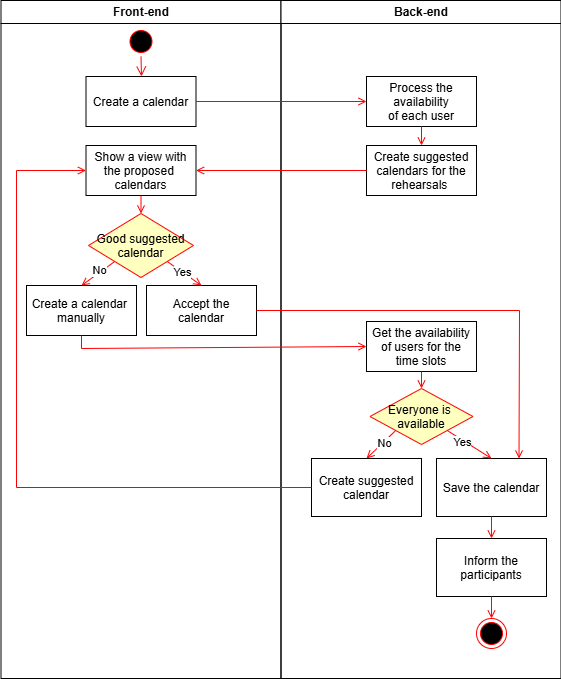
Earlier version of the draw.io export requirements/calendarselection.drawio.png (delphvr/TFE). Source tidied: cells renumbered, new cells last; positions are measured from the earlier drawing's top-left corner, leaving out a move shared by most shapes.
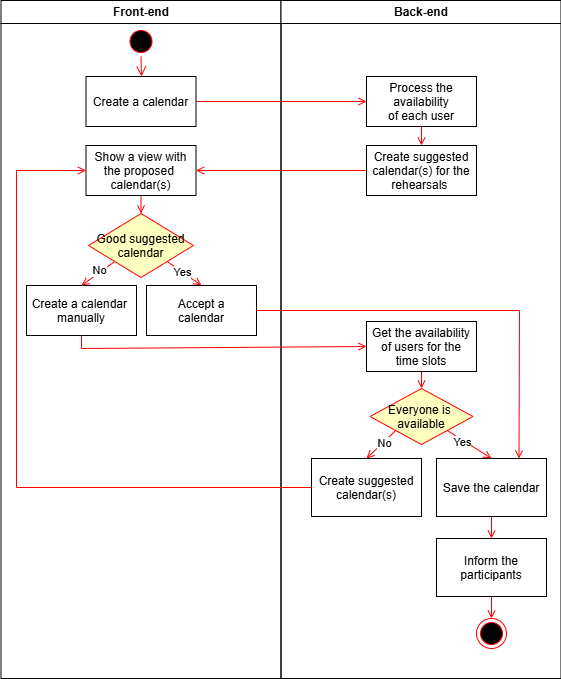
The same file after the commit.

Commit message:
correction activity diagram

Diff of the diagram source:
```diff
@@ -5,13 +5,13 @@
     <mxCell id="2" value="Front-end" style="swimlane;whiteSpace=wrap;" parent="1" vertex="1">
       <mxGeometry x="0.5" width="280" height="678" as="geometry" />
     </mxCell>
-    <mxCell id="3" value="Show a view with&#10;the proposed &#10;calendars" parent="2" vertex="1">
+    <mxCell id="3" value="Show a view with&#10;the proposed &#10;calendar(s)" parent="2" vertex="1">
       <mxGeometry x="85" y="145" width="110" height="50" as="geometry" />
     </mxCell>
     <mxCell id="4" value="Create a calendar &#10;manually" parent="2" vertex="1">
       <mxGeometry x="25.5" y="285" width="110" height="50" as="geometry" />
     </mxCell>
-    <mxCell id="5" value="Accept the &#10;calendar" parent="2" vertex="1">
+    <mxCell id="5" value="Accept a&#10;calendar" parent="2" vertex="1">
       <mxGeometry x="145.5" y="285" width="110" height="50" as="geometry" />
     </mxCell>
     <mxCell id="6" style="endArrow=open;strokeColor=#FF0000;endFill=1;rounded=0;exitX=0;exitY=1;exitDx=0;exitDy=0;entryX=0.5;entryY=0;entryDx=0;entryDy=0;" parent="2" edge="1" source="10" target="4">
@@ -53,7 +53,7 @@
     <mxCell id="18" value="Save the calendar" parent="15" vertex="1">
       <mxGeometry x="155.5" y="458" width="110" height="58" as="geometry" />
     </mxCell>
-    <mxCell id="19" value="Create suggested&#10;calendars for the &#10;rehearsals " parent="15" vertex="1">
+    <mxCell id="19" value="Create suggested&#10;calendar(s) for the &#10;rehearsals " parent="15" vertex="1">
       <mxGeometry x="85.5" y="145" width="110" height="50" as="geometry" />
     </mxCell>
     <mxCell id="20" style="endArrow=open;strokeColor=#FF0000;endFill=1;rounded=0;exitX=0.5;exitY=1;exitDx=0;exitDy=0;entryX=0.5;entryY=0;entryDx=0;entryDy=0;" parent="15" edge="1" source="16" target="19">
@@ -77,7 +77,7 @@
     <mxCell id="26" value="Yes" style="edgeLabel;html=1;align=center;verticalAlign=middle;" parent="25" vertex="1">
       <mxGeometry x="-0.26" y="-2" relative="1" as="geometry" />
     </mxCell>
-    <mxCell id="27" value="Create suggested &#10;calendar" parent="15" vertex="1">
+    <mxCell id="27" value="Create suggested &#10;calendar(s)" parent="15" vertex="1">
       <mxGeometry x="30.5" y="458" width="110" height="58" as="geometry" />
     </mxCell>
     <mxCell id="28" style="endArrow=open;strokeColor=#FF0000;endFill=1;rounded=0;entryX=0.5;entryY=0;entryDx=0;entryDy=0;exitX=0;exitY=1;exitDx=0;exitDy=0;" parent="15" edge="1" source="24" target="27">
```
